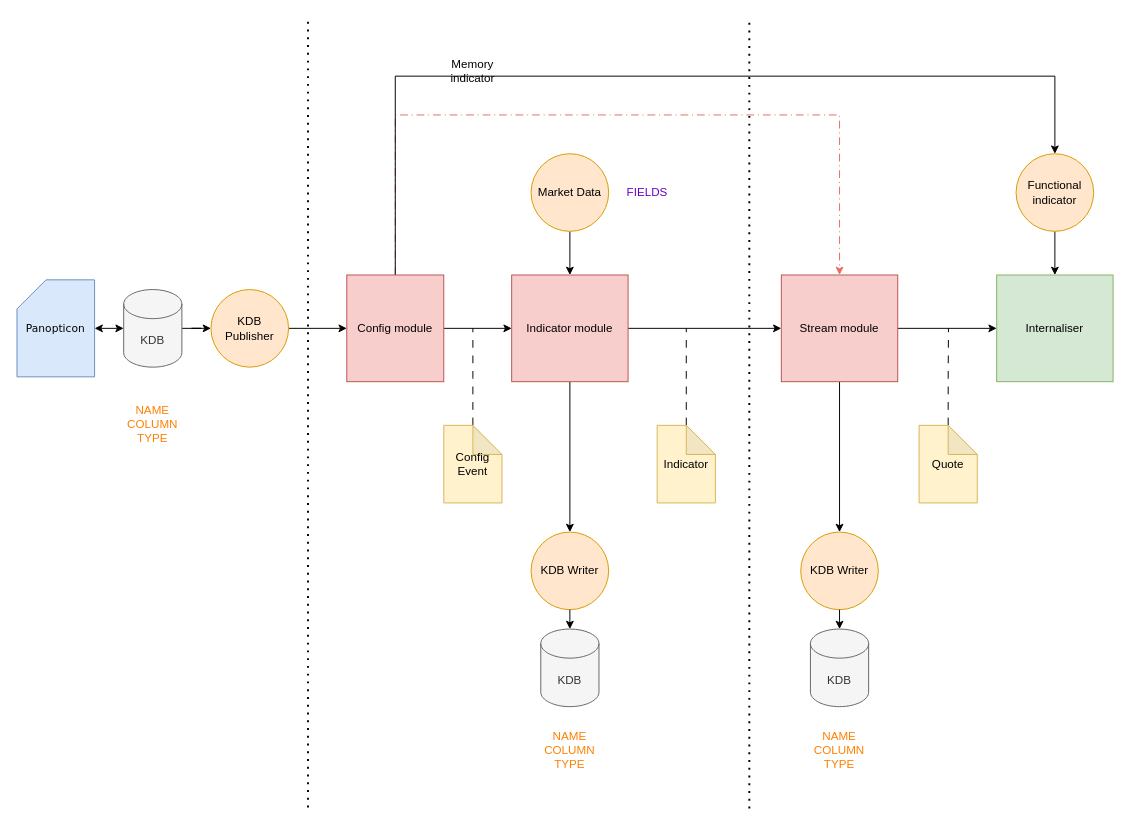
Above: Diagramme sans nom.drawio in yhudev/books (draw.io), before the change. Source tidied: cells renumbered, new cells numbered last; positions are measured from the earlier drawing's top-left corner, leaving out a move shared by most shapes. Both pictures are drawn from the tidied source at 97%, with x=0, y=0 at pixel (16, 17).
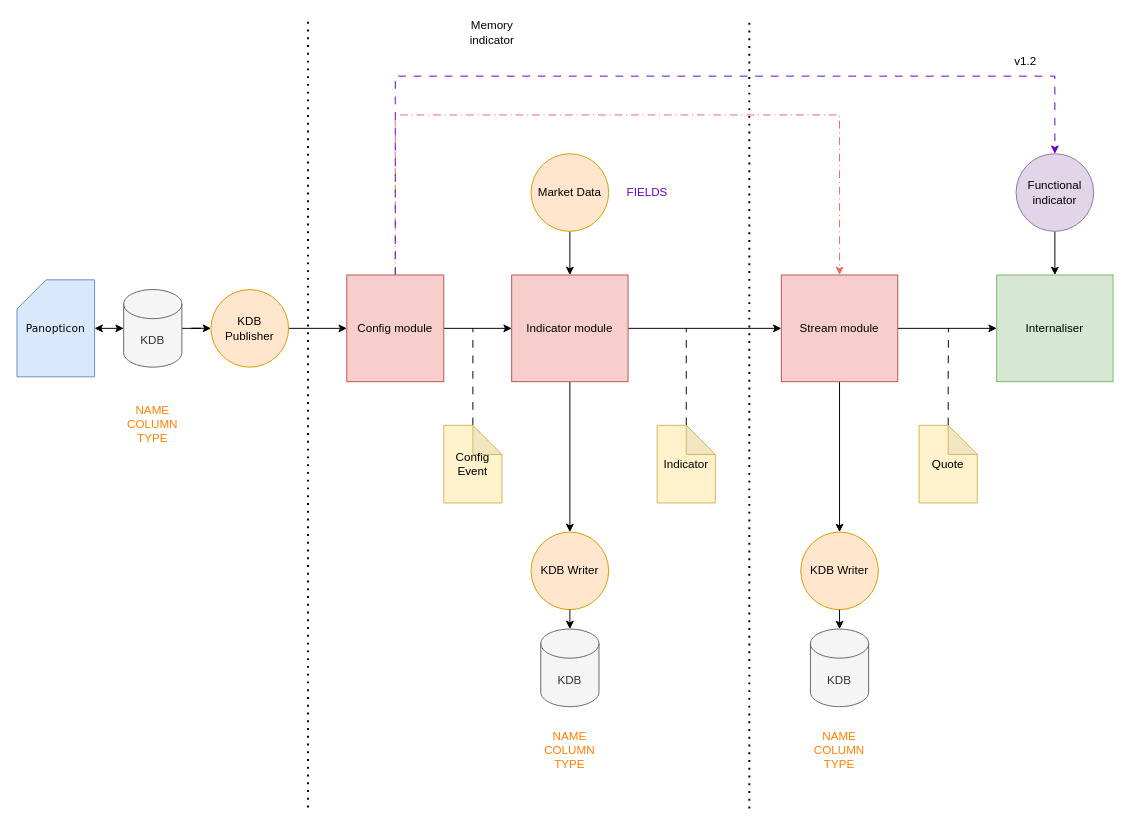
The same diagram, later.

Commit message:
Mettre à jour Diagramme sans nom.drawio

The change refers to these unchanged cells:
```xml
<mxCell id="7" value="Config module" style="rounded=0;whiteSpace=wrap;html=1;fillColor=#f8cecc;strokeColor=#b85450;" parent="1" vertex="1">
  <mxGeometry x="340" y="265" width="100" height="110" as="geometry" />
</mxCell>
```

Diff of the diagram source:
```diff
@@
-    <mxCell id="6" style="edgeStyle=orthogonalEdgeStyle;rounded=0;jettySize=auto;html=1;exitX=0.5;exitY=0;exitDx=0;exitDy=0;entryX=0.5;entryY=0;entryDx=0;entryDy=0;" parent="1" edge="1" source="7" target="40">
+    <mxCell id="6" style="edgeStyle=orthogonalEdgeStyle;rounded=0;jettySize=auto;html=1;exitX=0.5;exitY=0;exitDx=0;exitDy=0;entryX=0.5;entryY=0;entryDx=0;entryDy=0;strokeColor=#6600CC;dashed=1;dashPattern=8 8;" parent="1" edge="1" source="7" target="40">
       <mxGeometry relative="1" as="geometry">
         <Array as="points">
           <mxPoint x="390" y="60" />
           <mxPoint x="1070" y="60" />
         </Array>
       </mxGeometry>
     </mxCell>
@@
-    <mxCell id="40" value="Functional indicator" style="ellipse;whiteSpace=wrap;html=1;fillColor=#ffe6cc;strokeColor=#d79b00;" parent="1" vertex="1">
+    <mxCell id="40" value="Functional indicator" style="ellipse;whiteSpace=wrap;html=1;fillColor=#e1d5e7;strokeColor=#9673a6;" parent="1" vertex="1">
       <mxGeometry x="1030" y="140" width="80" height="80" as="geometry" />
     </mxCell>
     <mxCell id="41" value="Memory indicator" style="text;html=1;whiteSpace=wrap;strokeColor=none;fillColor=none;align=center;verticalAlign=middle;rounded=0;" parent="1" vertex="1">
-      <mxGeometry x="440" y="40" width="60" height="30" as="geometry" />
+      <mxGeometry x="460" width="60" height="30" as="geometry" />
     </mxCell>
+    <mxCell id="42" value="v1.2" style="text;html=1;whiteSpace=wrap;strokeColor=none;fillColor=none;align=center;verticalAlign=middle;rounded=0;" parent="1" vertex="1">
+      <mxGeometry x="1010" y="30" width="60" height="30" as="geometry" />
+    </mxCell>
```
